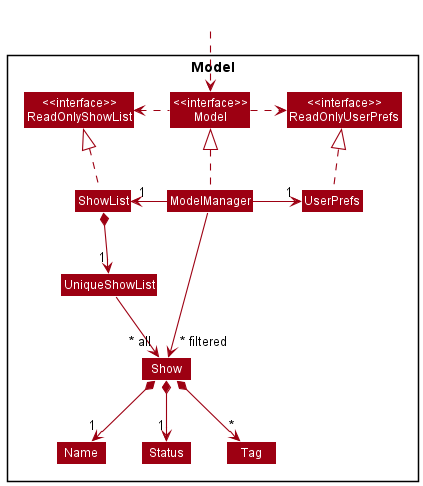
Earlier version of the PlantUML export docs/images/ModelClassDiagram.png (nus-cs2103-AY2122S2/tp). Its diagram source:
```plantuml
@startuml
!include style.puml
skinparam arrowThickness 1.1
skinparam arrowColor MODEL_COLOR
skinparam classBackgroundColor MODEL_COLOR

Package Model <<Rectangle>>{
Class "<<interface>>\nReadOnlyShowList" as ReadOnlyShowList
Class "<<interface>>\nReadOnlyUserPrefs" as ReadOnlyUserPrefs
Class "<<interface>>\nModel" as Model
Class ShowList
Class ModelManager
Class UserPrefs

Class UniqueShowList
Class Show
Class Status
Class Name
Class Tag

}

Class HiddenOutside #FFFFFF
HiddenOutside ..> Model

ShowList .up.|> ReadOnlyShowList

ModelManager .up.|> Model
Model .right.> ReadOnlyUserPrefs
Model .left.> ReadOnlyShowList
ModelManager -left-> "1" ShowList
ModelManager -right-> "1" UserPrefs
UserPrefs .up.|> ReadOnlyUserPrefs

ShowList *--> "1" UniqueShowList
UniqueShowList --> "~* all" Show
Show *--> "1" Name
Show *--> "1" Status
Show *--> "*" Tag

Name -[hidden]right-> Status
Status -[hidden]right->  Tag

ModelManager -->"~* filtered" Show
@enduml
```
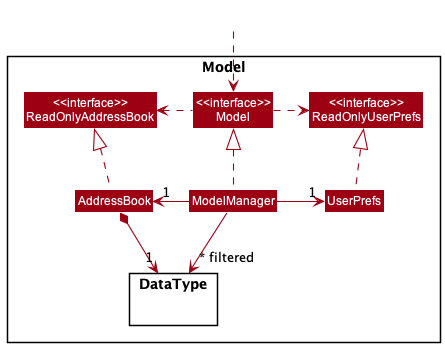
The same file after the commit.

Commit message:
Update model component in DG

What changed in the source:
```diff
@@ -5,41 +5,30 @@
 skinparam classBackgroundColor MODEL_COLOR
 
 Package Model <<Rectangle>>{
-Class "<<interface>>\nReadOnlyShowList" as ReadOnlyShowList
+Class "<<interface>>\nReadOnlyAddressBook" as ReadOnlyAddressBook
 Class "<<interface>>\nReadOnlyUserPrefs" as ReadOnlyUserPrefs
 Class "<<interface>>\nModel" as Model
-Class ShowList
+Class AddressBook
 Class ModelManager
 Class UserPrefs
 
-Class UniqueShowList
-Class Show
-Class Status
-Class Name
-Class Tag
+Package DataType {}
 
 }
 
 Class HiddenOutside #FFFFFF
 HiddenOutside ..> Model
 
-ShowList .up.|> ReadOnlyShowList
+AddressBook .up.|> ReadOnlyAddressBook
 
 ModelManager .up.|> Model
 Model .right.> ReadOnlyUserPrefs
-Model .left.> ReadOnlyShowList
-ModelManager -left-> "1" ShowList
+Model .left.> ReadOnlyAddressBook
+ModelManager -left-> "1" AddressBook
 ModelManager -right-> "1" UserPrefs
 UserPrefs .up.|> ReadOnlyUserPrefs
 
-ShowList *--> "1" UniqueShowList
-UniqueShowList --> "~* all" Show
-Show *--> "1" Name
-Show *--> "1" Status
-Show *--> "*" Tag
+ModelManager -down-> "~* filtered" DataType
+AddressBook *-right-> "1" DataType
 
-Name -[hidden]right-> Status
-Status -[hidden]right->  Tag
-
-ModelManager -->"~* filtered" Show
 @enduml
```
